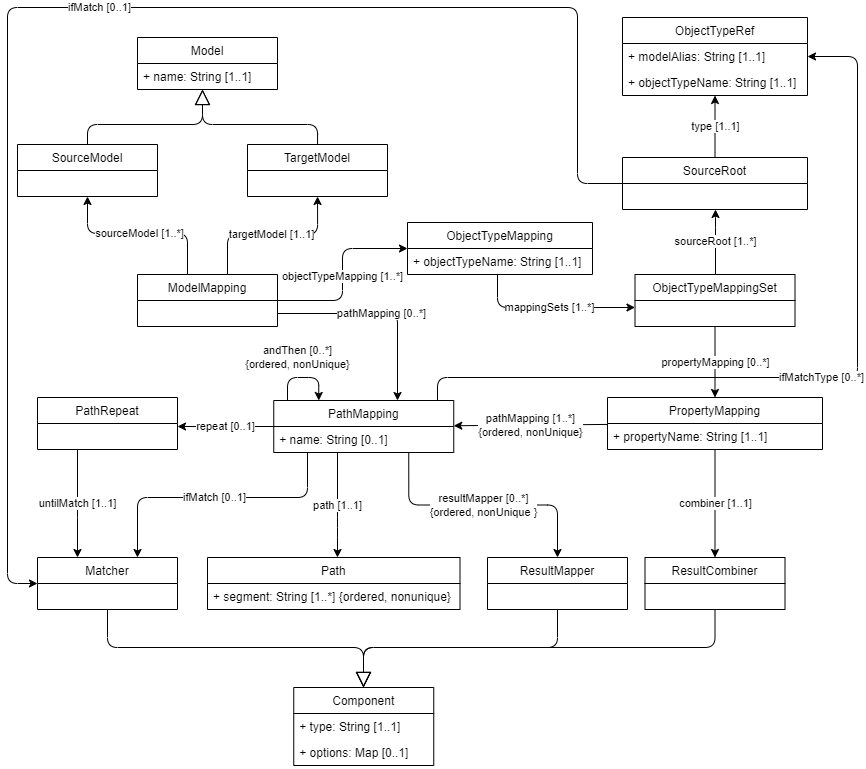
Earlier version of the draw.io export media/imx-mapping-model.drawio.png (Geonovum/IMX-ModelMapping). Source tidied: cells renumbered, new cells last; positions are measured from the earlier drawing's top-left corner, leaving out a move shared by most shapes.
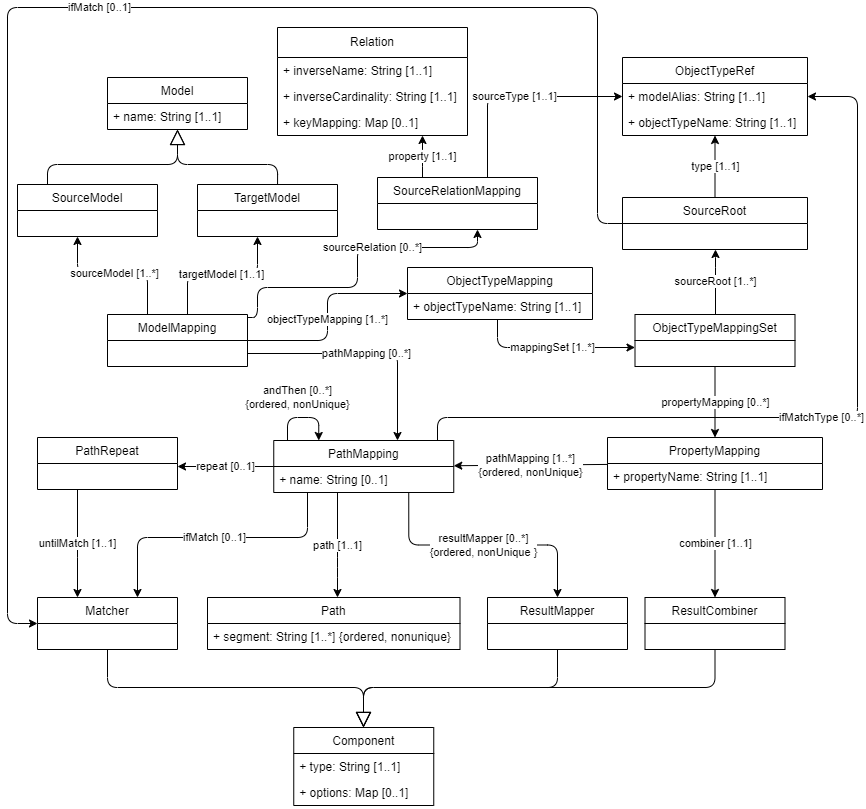
The same file after the commit.

Commit message:
add source relation mapping to diagram

The edit, as a diff of the source:
```diff
@@ -1,4 +1,4 @@
-<mxGraphModel>
+<mxGraphModel background="#ffffff">
   <root>
     <mxCell id="0" />
     <mxCell id="1" parent="0" />
@@ -8,22 +8,32 @@
     <mxCell id="3" value="sourceModel [1..*]" style="edgeStyle=orthogonalEdgeStyle;html=1;" parent="1" edge="1" source="5" target="27">
       <mxGeometry relative="1" as="geometry">
         <Array as="points">
-          <mxPoint x="180" y="226" />
-          <mxPoint x="80" y="226" />
+          <mxPoint x="140" y="226" />
+          <mxPoint x="70" y="226" />
         </Array>
       </mxGeometry>
     </mxCell>
-    <mxCell id="4" value="targetModel [1..1]" style="edgeStyle=orthogonalEdgeStyle;html=1;" parent="1" edge="1" source="5">
+    <mxCell id="4" value="targetModel [1..1]" style="edgeStyle=orthogonalEdgeStyle;html=1;" parent="1" edge="1" source="5" target="25">
       <mxGeometry relative="1" as="geometry">
-        <mxPoint x="310.1" y="189" as="targetPoint" />
         <Array as="points">
-          <mxPoint x="220" y="227" />
-          <mxPoint x="310" y="227" />
+          <mxPoint x="180" y="227" />
+          <mxPoint x="250" y="227" />
         </Array>
       </mxGeometry>
     </mxCell>
+    <mxCell id="53" value="sourceRelation [0..*]" style="edgeStyle=orthogonalEdgeStyle;html=1;" parent="1" edge="1" source="5" target="56">
+      <mxGeometry x="0.23" relative="1" as="geometry">
+        <Array as="points">
+          <mxPoint x="250" y="270" />
+          <mxPoint x="250" y="240" />
+          <mxPoint x="350" y="240" />
+          <mxPoint x="350" y="200" />
+          <mxPoint x="470" y="200" />
+        </Array>
+      </mxGeometry>
+    </mxCell>
     <mxCell id="5" value="ModelMapping" style="swimlane;fontStyle=0;horizontal=1;startSize=26;fillColor=none;" parent="1" vertex="1">
-      <mxGeometry x="130" y="267" width="140" height="52" as="geometry" />
+      <mxGeometry x="100" y="267" width="140" height="52" as="geometry" />
     </mxCell>
     <mxCell id="6" value=" " style="text;strokeColor=none;fillColor=none;align=left;verticalAlign=top;spacingLeft=4;spacingRight=4;overflow=hidden;points=[[0,0.5],[1,0.5]];portConstraint=eastwest;" parent="5" vertex="1">
       <mxGeometry y="26" width="140" height="26" as="geometry" />
@@ -111,21 +121,21 @@
     </mxCell>
     <mxCell id="24" style="edgeStyle=orthogonalEdgeStyle;html=1;endArrow=block;endFill=0;endSize=13;" parent="1" edge="1" target="28">
       <mxGeometry relative="1" as="geometry">
-        <mxPoint x="310.1" y="137" as="sourcePoint" />
+        <mxPoint x="270.1" y="137" as="sourcePoint" />
         <Array as="points">
-          <mxPoint x="310" y="117" />
-          <mxPoint x="195" y="117" />
+          <mxPoint x="270" y="117" />
+          <mxPoint x="170" y="117" />
         </Array>
       </mxGeometry>
     </mxCell>
     <mxCell id="25" value="TargetModel" style="swimlane;fontStyle=0;horizontal=1;startSize=26;fillColor=none;" parent="1" vertex="1">
-      <mxGeometry x="240" y="137" width="140" height="52" as="geometry" />
+      <mxGeometry x="190" y="137" width="140" height="52" as="geometry" />
     </mxCell>
     <mxCell id="26" style="edgeStyle=orthogonalEdgeStyle;html=1;endArrow=block;endFill=0;endSize=13;" parent="1" edge="1" source="27" target="28">
       <mxGeometry relative="1" as="geometry">
         <Array as="points">
-          <mxPoint x="80" y="117" />
-          <mxPoint x="195" y="117" />
+          <mxPoint x="40" y="117" />
+          <mxPoint x="170" y="117" />
         </Array>
       </mxGeometry>
     </mxCell>
@@ -133,7 +143,7 @@
       <mxGeometry x="10" y="137" width="140" height="52" as="geometry" />
     </mxCell>
     <mxCell id="28" value="Model" style="swimlane;fontStyle=0;horizontal=1;startSize=26;fillColor=none;" parent="1" vertex="1">
-      <mxGeometry x="130" y="30" width="140" height="52" as="geometry" />
+      <mxGeometry x="100" y="30" width="140" height="52" as="geometry" />
     </mxCell>
     <mxCell id="29" value="+ name: String [1..1]" style="text;strokeColor=none;fillColor=none;align=left;verticalAlign=top;spacingLeft=4;spacingRight=4;overflow=hidden;" parent="28" vertex="1">
       <mxGeometry y="26" width="140" height="26" as="geometry" />
@@ -219,9 +229,9 @@
     <mxCell id="47" value="ifMatch [0..1]" style="edgeStyle=orthogonalEdgeStyle;html=1;endArrow=classic;endFill=1;endSize=6;" parent="1" edge="1" source="48" target="33">
       <mxGeometry relative="1" as="geometry">
         <Array as="points">
-          <mxPoint x="570" y="176" />
-          <mxPoint x="570" />
-          <mxPoint />
+          <mxPoint x="590" y="176" />
+          <mxPoint x="590" y="-40" />
+          <mxPoint y="-40" />
           <mxPoint y="576" />
         </Array>
       </mxGeometry>
@@ -232,7 +242,7 @@
     <mxCell id="49" value=" " style="text;strokeColor=none;fillColor=none;align=left;verticalAlign=top;spacingLeft=4;spacingRight=4;overflow=hidden;" parent="48" vertex="1">
       <mxGeometry y="26" width="185" height="26" as="geometry" />
     </mxCell>
-    <mxCell id="50" value="mappingSets [1..*]" style="edgeStyle=elbowEdgeStyle;html=1;" parent="1" edge="1" source="51" target="8">
+    <mxCell id="50" value="mappingSet [1..*]" style="edgeStyle=elbowEdgeStyle;html=1;" parent="1" edge="1" source="51" target="8">
       <mxGeometry relative="1" as="geometry">
         <Array as="points">
           <mxPoint x="490" y="300" />
@@ -241,10 +251,35 @@
       </mxGeometry>
     </mxCell>
     <mxCell id="51" value="ObjectTypeMapping" style="swimlane;fontStyle=0;horizontal=1;startSize=26;fillColor=none;" parent="1" vertex="1">
-      <mxGeometry x="400" y="215" width="185" height="52" as="geometry" />
+      <mxGeometry x="400" y="220" width="185" height="52" as="geometry" />
     </mxCell>
     <mxCell id="52" value="+ objectTypeName: String [1..1]" style="text;strokeColor=none;fillColor=none;align=left;verticalAlign=top;spacingLeft=4;spacingRight=4;overflow=hidden;" parent="51" vertex="1">
       <mxGeometry y="26" width="185" height="26" as="geometry" />
     </mxCell>
+    <mxCell id="54" value="sourceType [1..1]" style="edgeStyle=elbowEdgeStyle;html=1;" parent="1" edge="1" source="56" target="39">
+      <mxGeometry relative="1" as="geometry">
+        <Array as="points">
+          <mxPoint x="480" y="100" />
+        </Array>
+      </mxGeometry>
+    </mxCell>
+    <mxCell id="55" value="property [1..1]" style="edgeStyle=elbowEdgeStyle;html=1;" parent="1" edge="1" source="56" target="57">
+      <mxGeometry relative="1" as="geometry" />
+    </mxCell>
+    <mxCell id="56" value="SourceRelationMapping" style="swimlane;fontStyle=0;horizontal=1;startSize=26;fillColor=none;" parent="1" vertex="1">
+      <mxGeometry x="370" y="130" width="160" height="52" as="geometry" />
+    </mxCell>
+    <mxCell id="57" value="Relation" style="swimlane;fontStyle=0;horizontal=1;startSize=30;whiteSpace=wrap;html=1;" parent="1" vertex="1">
+      <mxGeometry x="270" y="-20" width="190" height="108" as="geometry" />
+    </mxCell>
+    <mxCell id="58" value="+ inverseName: String [1..1]" style="text;strokeColor=none;fillColor=none;align=left;verticalAlign=top;spacingLeft=4;spacingRight=4;overflow=hidden;" parent="57" vertex="1">
+      <mxGeometry y="30" width="190" height="26" as="geometry" />
+    </mxCell>
+    <mxCell id="59" value="+ inverseCardinality: String [1..1]" style="text;strokeColor=none;fillColor=none;align=left;verticalAlign=top;spacingLeft=4;spacingRight=4;overflow=hidden;" parent="57" vertex="1">
+      <mxGeometry y="56" width="190" height="26" as="geometry" />
+    </mxCell>
+    <mxCell id="60" value="+ keyMapping: Map [0..1]" style="text;strokeColor=none;fillColor=none;align=left;verticalAlign=top;spacingLeft=4;spacingRight=4;overflow=hidden;" parent="57" vertex="1">
+      <mxGeometry y="82" width="190" height="26" as="geometry" />
+    </mxCell>
   </root>
 </mxGraphModel>
```
